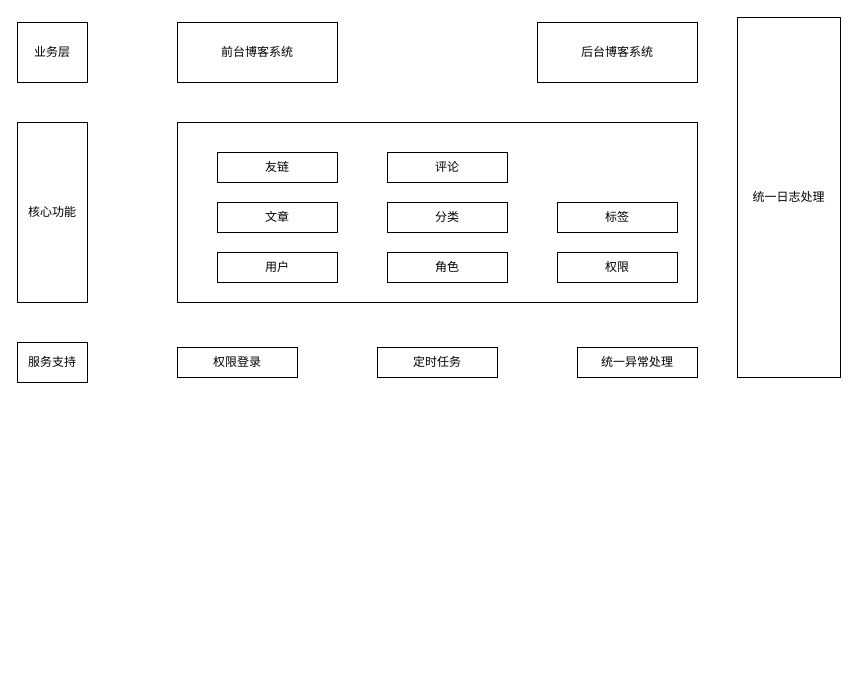
The draw.io diagram myblog.drawio in mayating/drawio-files, before the edit. Source tidied: cells renumbered, new cells numbered last; positions are measured from the earlier drawing's top-left corner, leaving out a move shared by most shapes. Both pictures are drawn from the tidied source at 100%, with x=0, y=0 at pixel (17, 17).
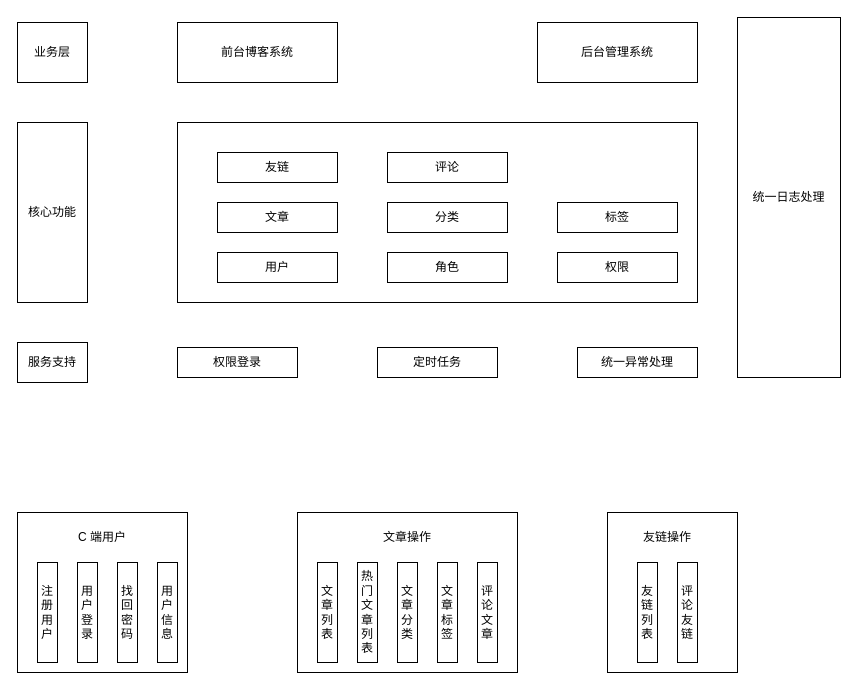
The same diagram, later.

The edit, as a diff of the source:
```diff
@@
+    <mxCell id="20" style="rounded=0;whiteSpace=wrap;html=1;" parent="1" vertex="1">
+      <mxGeometry x="590" y="495" width="130" height="160" as="geometry" />
+    </mxCell>
+    <mxCell id="21" style="rounded=0;whiteSpace=wrap;html=1;" parent="1" vertex="1">
+      <mxGeometry x="280" y="495" width="220" height="160" as="geometry" />
+    </mxCell>
+    <mxCell id="22" style="rounded=0;whiteSpace=wrap;html=1;" parent="1" vertex="1">
+      <mxGeometry y="495" width="170" height="160" as="geometry" />
+    </mxCell>
@@
-    <mxCell id="12" value="后台博客系统" style="rounded=0;whiteSpace=wrap;html=1;" parent="1" vertex="1">
+    <mxCell id="12" value="后台管理系统" style="rounded=0;whiteSpace=wrap;html=1;" parent="1" vertex="1">
       <mxGeometry x="520" y="5" width="160" height="60" as="geometry" />
     </mxCell>
@@
+    <mxCell id="23" value="注册用户" style="rounded=0;whiteSpace=wrap;html=1;" parent="1" vertex="1">
+      <mxGeometry x="20" y="545" width="20" height="100" as="geometry" />
+    </mxCell>
+    <mxCell id="24" value="用户登录" style="rounded=0;whiteSpace=wrap;html=1;" parent="1" vertex="1">
+      <mxGeometry x="60" y="545" width="20" height="100" as="geometry" />
+    </mxCell>
+    <mxCell id="25" value="找回密码" style="rounded=0;whiteSpace=wrap;html=1;" parent="1" vertex="1">
+      <mxGeometry x="100" y="545" width="20" height="100" as="geometry" />
+    </mxCell>
+    <mxCell id="26" value="用户信息" style="rounded=0;whiteSpace=wrap;html=1;" parent="1" vertex="1">
+      <mxGeometry x="140" y="545" width="20" height="100" as="geometry" />
+    </mxCell>
+    <mxCell id="27" value="C 端用户" style="text;html=1;strokeColor=none;fillColor=none;align=center;verticalAlign=middle;whiteSpace=wrap;rounded=0;" parent="1" vertex="1">
+      <mxGeometry x="55" y="505" width="60" height="30" as="geometry" />
+    </mxCell>
+    <mxCell id="28" value="文章列表" style="rounded=0;whiteSpace=wrap;html=1;" parent="1" vertex="1">
+      <mxGeometry x="300" y="545" width="20" height="100" as="geometry" />
+    </mxCell>
+    <mxCell id="29" value="热门文章列表" style="rounded=0;whiteSpace=wrap;html=1;" parent="1" vertex="1">
+      <mxGeometry x="340" y="545" width="20" height="100" as="geometry" />
+    </mxCell>
+    <mxCell id="30" value="文章分类" style="rounded=0;whiteSpace=wrap;html=1;" parent="1" vertex="1">
+      <mxGeometry x="380" y="545" width="20" height="100" as="geometry" />
+    </mxCell>
+    <mxCell id="31" value="评论文章" style="rounded=0;whiteSpace=wrap;html=1;" parent="1" vertex="1">
+      <mxGeometry x="460" y="545" width="20" height="100" as="geometry" />
+    </mxCell>
+    <mxCell id="32" value="友链列表" style="rounded=0;whiteSpace=wrap;html=1;" parent="1" vertex="1">
+      <mxGeometry x="620" y="545" width="20" height="100" as="geometry" />
+    </mxCell>
+    <mxCell id="33" value="评论友链" style="rounded=0;whiteSpace=wrap;html=1;" parent="1" vertex="1">
+      <mxGeometry x="660" y="545" width="20" height="100" as="geometry" />
+    </mxCell>
+    <mxCell id="34" value="文章标签" style="rounded=0;whiteSpace=wrap;html=1;" parent="1" vertex="1">
+      <mxGeometry x="420" y="545" width="20" height="100" as="geometry" />
+    </mxCell>
+    <mxCell id="35" value="文章操作" style="text;html=1;strokeColor=none;fillColor=none;align=center;verticalAlign=middle;whiteSpace=wrap;rounded=0;" parent="1" vertex="1">
+      <mxGeometry x="360" y="505" width="60" height="30" as="geometry" />
+    </mxCell>
+    <mxCell id="36" value="友链操作" style="text;html=1;strokeColor=none;fillColor=none;align=center;verticalAlign=middle;whiteSpace=wrap;rounded=0;" parent="1" vertex="1">
+      <mxGeometry x="620" y="505" width="60" height="30" as="geometry" />
+    </mxCell>
```
